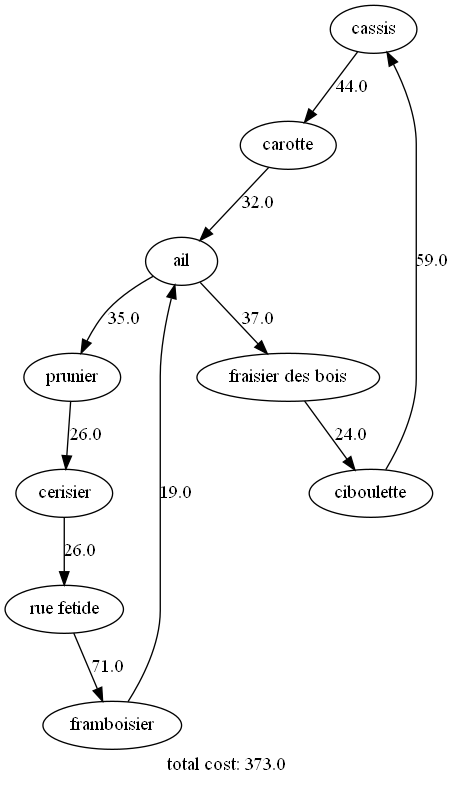
howdrox/Our-Garden keeps this Graphviz diagram as garden_v3.png. Above is the earlier version. Its source is kept beside it as garden_v3.dot. The source it was exported from:
```dot
digraph {
"cassis" -> "carotte" [label=44.0]
"carotte" -> "ail" [label=32.0]
"ail" -> "prunier" [label=35.0]
"prunier" -> "cerisier" [label=26.0]
"cerisier" -> "rue fetide" [label=26.0]
"rue fetide" -> "framboisier" [label=71.0]
"framboisier" -> "ail" [label=19.0]
"ail" -> "fraisier des bois" [label=37.0]
"fraisier des bois" -> "ciboulette" [label=24.0]
"ciboulette" -> "cassis" [label=59.0]
label="total cost: 373.0"
}
```
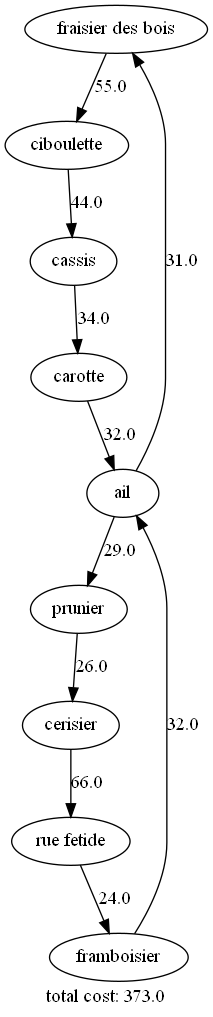
The same diagram one commit later.

The edit, as a diff of the source:
```diff
@@ -1,13 +1,13 @@
 digraph {
-"cassis" -> "carotte" [label=44.0]
+"fraisier des bois" -> "ciboulette" [label=55.0]
+"ciboulette" -> "cassis" [label=44.0]
+"cassis" -> "carotte" [label=34.0]
 "carotte" -> "ail" [label=32.0]
-"ail" -> "prunier" [label=35.0]
+"ail" -> "prunier" [label=29.0]
 "prunier" -> "cerisier" [label=26.0]
-"cerisier" -> "rue fetide" [label=26.0]
-"rue fetide" -> "framboisier" [label=71.0]
-"framboisier" -> "ail" [label=19.0]
-"ail" -> "fraisier des bois" [label=37.0]
-"fraisier des bois" -> "ciboulette" [label=24.0]
-"ciboulette" -> "cassis" [label=59.0]
+"cerisier" -> "rue fetide" [label=66.0]
+"rue fetide" -> "framboisier" [label=24.0]
+"framboisier" -> "ail" [label=32.0]
+"ail" -> "fraisier des bois" [label=31.0]
 label="total cost: 373.0"
 }
```
